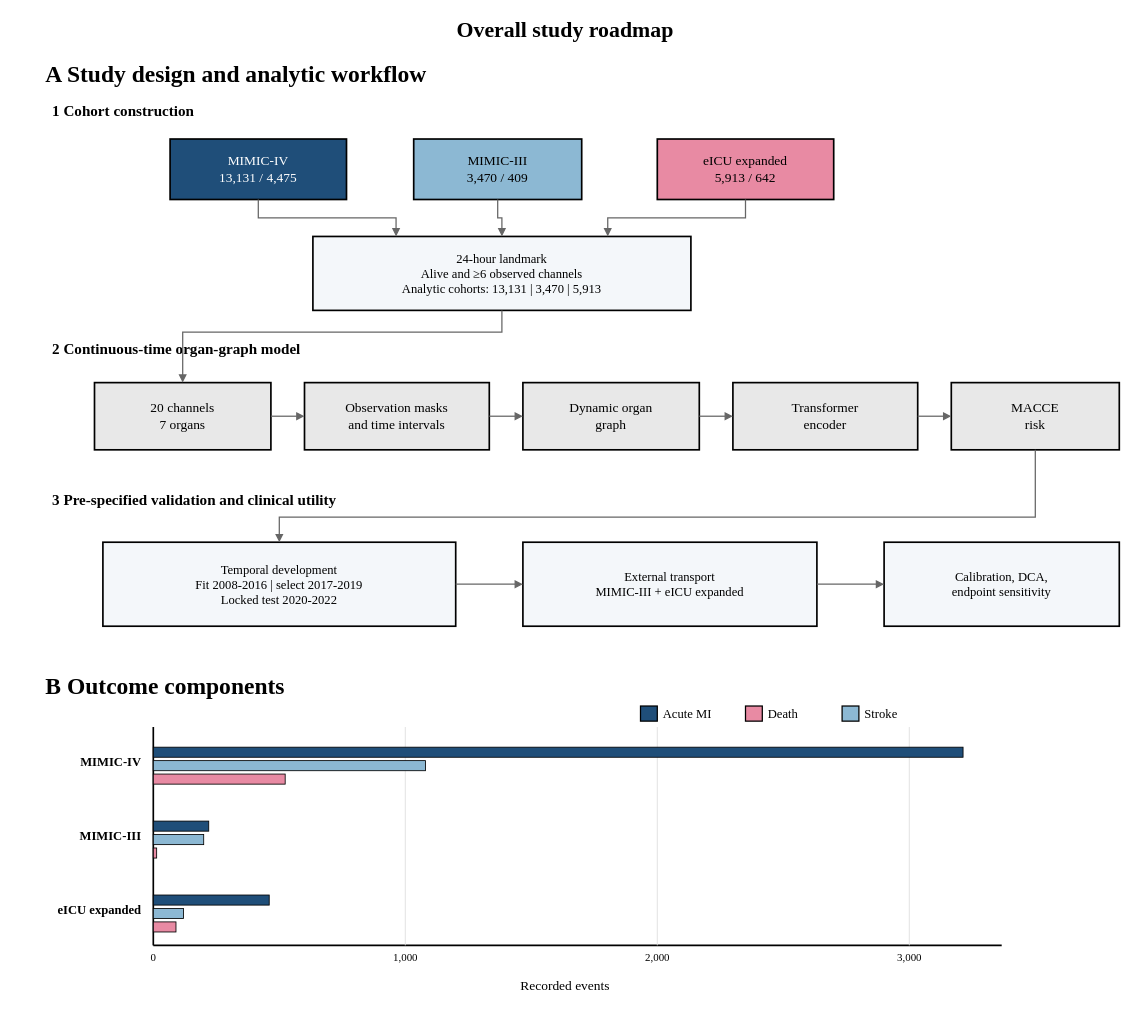
Earlier version of the draw.io diagram results/figures_r/figure1_overall_roadmap.drawio (wzp24k/acute-mi-dynamic-graph-disposition). Source tidied: cells renumbered, new cells numbered last; positions are measured from the earlier drawing's top-left corner, leaving out a move shared by most shapes. Both pictures are drawn from the tidied source at 84%, with x=0, y=0 at pixel (14, 14).
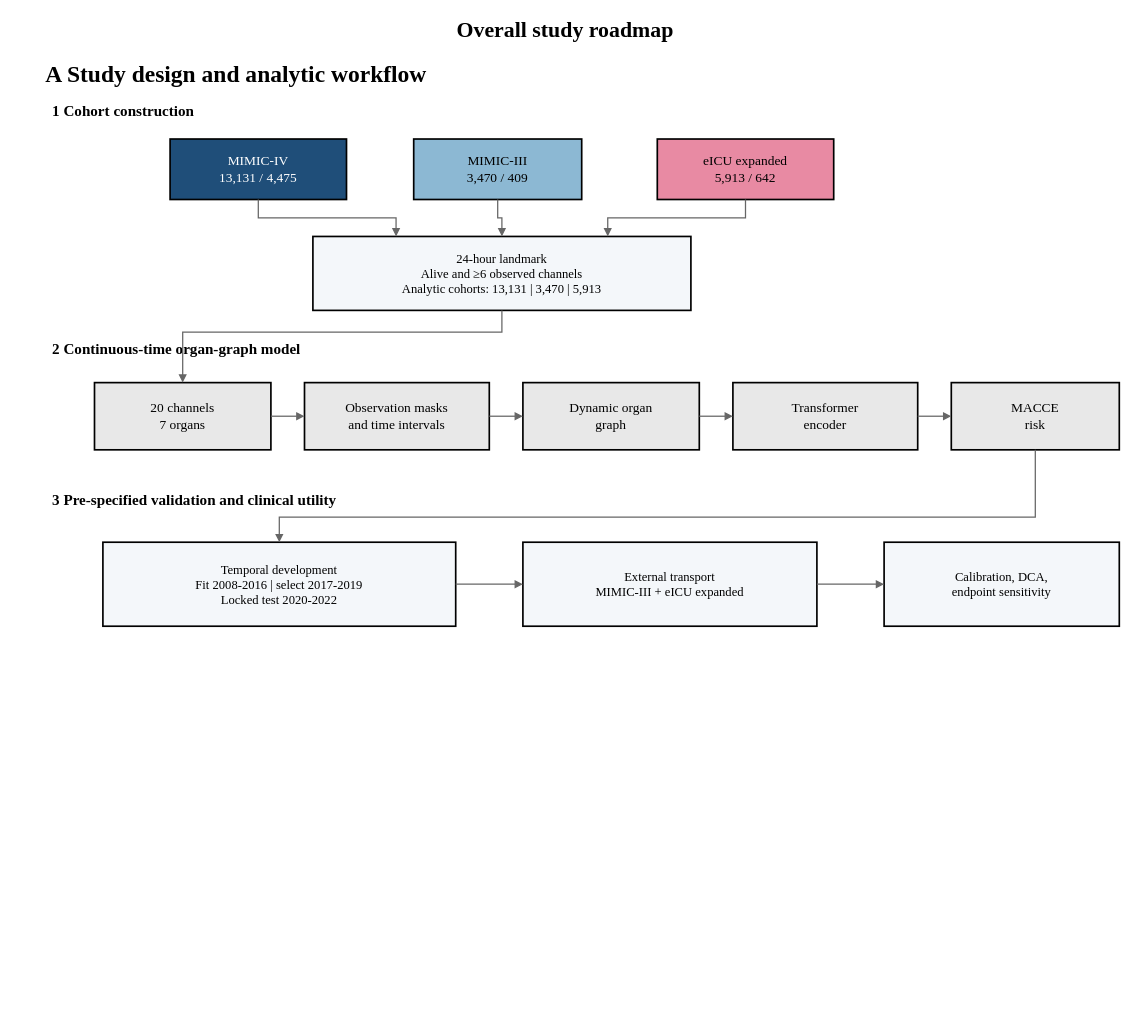
The same diagram, later.

Change to the diagram source:
```diff
@@
-    <mxCell id="30" value="B  Outcome components" style="text;html=1;strokeColor=none;fillColor=none;align=left;verticalAlign=middle;fontFamily=Times New Roman;fontSize=28;fontStyle=1;" parent="1" vertex="1">
-      <mxGeometry x="35" y="778" width="600" height="42" as="geometry" />
-    </mxCell>
-    <mxCell id="31" style="rounded=0;whiteSpace=wrap;html=1;fillColor=#1F4E79;strokeColor=#000000;strokeWidth=1.5;" parent="1" vertex="1">
-      <mxGeometry x="745" y="823" width="20" height="18" as="geometry" />
-    </mxCell>
-    <mxCell id="32" value="Acute MI" style="text;html=1;strokeColor=none;fillColor=none;align=left;verticalAlign=middle;fontFamily=Times New Roman;fontSize=15;" parent="1" vertex="1">
-      <mxGeometry x="770" y="818" width="80" height="28" as="geometry" />
-    </mxCell>
-    <mxCell id="33" style="rounded=0;whiteSpace=wrap;html=1;fillColor=#E88AA3;strokeColor=#000000;strokeWidth=1.5;" parent="1" vertex="1">
-      <mxGeometry x="870" y="823" width="20" height="18" as="geometry" />
-    </mxCell>
-    <mxCell id="34" value="Death" style="text;html=1;strokeColor=none;fillColor=none;align=left;verticalAlign=middle;fontFamily=Times New Roman;fontSize=15;" parent="1" vertex="1">
-      <mxGeometry x="895" y="818" width="70" height="28" as="geometry" />
-    </mxCell>
-    <mxCell id="35" style="rounded=0;whiteSpace=wrap;html=1;fillColor=#8CB8D3;strokeColor=#000000;strokeWidth=1.5;" parent="1" vertex="1">
-      <mxGeometry x="985" y="823" width="20" height="18" as="geometry" />
-    </mxCell>
-    <mxCell id="36" value="Stroke" style="text;html=1;strokeColor=none;fillColor=none;align=left;verticalAlign=middle;fontFamily=Times New Roman;fontSize=15;" parent="1" vertex="1">
-      <mxGeometry x="1010" y="818" width="80" height="28" as="geometry" />
-    </mxCell>
-    <mxCell id="37" style="endArrow=none;html=1;strokeColor=#000000;strokeWidth=2;" parent="1" edge="1">
-      <mxGeometry relative="1" as="geometry">
-        <mxPoint x="165" y="848" as="sourcePoint" />
-        <mxPoint x="165" y="1108" as="targetPoint" />
-      </mxGeometry>
-    </mxCell>
-    <mxCell id="38" style="endArrow=none;html=1;strokeColor=#000000;strokeWidth=2;" parent="1" edge="1">
-      <mxGeometry relative="1" as="geometry">
-        <mxPoint x="165" y="1108" as="sourcePoint" />
-        <mxPoint x="1175" y="1108" as="targetPoint" />
-      </mxGeometry>
-    </mxCell>
-    <mxCell id="39" style="endArrow=none;html=1;strokeColor=#DDDDDD;strokeWidth=1;dashed=0;" parent="1" edge="1">
-      <mxGeometry relative="1" as="geometry">
-        <mxPoint x="465" y="848" as="sourcePoint" />
-        <mxPoint x="465" y="1108" as="targetPoint" />
-      </mxGeometry>
-    </mxCell>
-    <mxCell id="40" style="endArrow=none;html=1;strokeColor=#DDDDDD;strokeWidth=1;" parent="1" edge="1">
-      <mxGeometry relative="1" as="geometry">
-        <mxPoint x="765" y="848" as="sourcePoint" />
-        <mxPoint x="765" y="1108" as="targetPoint" />
-      </mxGeometry>
-    </mxCell>
-    <mxCell id="41" style="endArrow=none;html=1;strokeColor=#DDDDDD;strokeWidth=1;" parent="1" edge="1">
-      <mxGeometry relative="1" as="geometry">
-        <mxPoint x="1065" y="848" as="sourcePoint" />
-        <mxPoint x="1065" y="1108" as="targetPoint" />
-      </mxGeometry>
-    </mxCell>
-    <mxCell id="42" value="0" style="text;html=1;strokeColor=none;fillColor=none;align=center;verticalAlign=middle;fontFamily=Times New Roman;fontSize=13;" parent="1" vertex="1">
-      <mxGeometry x="150" y="1110" width="30" height="24" as="geometry" />
-    </mxCell>
-    <mxCell id="43" value="1,000" style="text;html=1;strokeColor=none;fillColor=none;align=center;verticalAlign=middle;fontFamily=Times New Roman;fontSize=13;" parent="1" vertex="1">
-      <mxGeometry x="435" y="1110" width="60" height="24" as="geometry" />
-    </mxCell>
-    <mxCell id="44" value="2,000" style="text;html=1;strokeColor=none;fillColor=none;align=center;verticalAlign=middle;fontFamily=Times New Roman;fontSize=13;" parent="1" vertex="1">
-      <mxGeometry x="735" y="1110" width="60" height="24" as="geometry" />
-    </mxCell>
-    <mxCell id="45" value="3,000" style="text;html=1;strokeColor=none;fillColor=none;align=center;verticalAlign=middle;fontFamily=Times New Roman;fontSize=13;" parent="1" vertex="1">
-      <mxGeometry x="1035" y="1110" width="60" height="24" as="geometry" />
-    </mxCell>
-    <mxCell id="46" value="Recorded events" style="text;html=1;strokeColor=none;fillColor=none;align=center;verticalAlign=middle;fontFamily=Times New Roman;fontSize=16;" parent="1" vertex="1">
-      <mxGeometry x="525" y="1143" width="260" height="24" as="geometry" />
-    </mxCell>
-    <mxCell id="47" value="MIMIC-IV" style="text;html=1;strokeColor=none;fillColor=none;align=right;verticalAlign=middle;fontFamily=Times New Roman;fontSize=15;fontStyle=1;" parent="1" vertex="1">
-      <mxGeometry x="27" y="870" width="125" height="38" as="geometry" />
-    </mxCell>
-    <mxCell id="48" value="MIMIC-III" style="text;html=1;strokeColor=none;fillColor=none;align=right;verticalAlign=middle;fontFamily=Times New Roman;fontSize=15;fontStyle=1;" parent="1" vertex="1">
-      <mxGeometry x="27" y="958" width="125" height="38" as="geometry" />
-    </mxCell>
-    <mxCell id="49" value="eICU expanded" style="text;html=1;strokeColor=none;fillColor=none;align=right;verticalAlign=middle;fontFamily=Times New Roman;fontSize=15;fontStyle=1;" parent="1" vertex="1">
-      <mxGeometry y="1046" width="152" height="38" as="geometry" />
-    </mxCell>
-    <mxCell id="50" style="rounded=0;whiteSpace=wrap;html=1;fillColor=#1F4E79;strokeColor=#000000;strokeWidth=1;" parent="1" vertex="1">
-      <mxGeometry x="165" y="872" width="964" height="12" as="geometry" />
-    </mxCell>
-    <mxCell id="51" style="rounded=0;whiteSpace=wrap;html=1;fillColor=#8CB8D3;strokeColor=#000000;strokeWidth=1;" parent="1" vertex="1">
-      <mxGeometry x="165" y="888" width="324" height="12" as="geometry" />
-    </mxCell>
-    <mxCell id="52" style="rounded=0;whiteSpace=wrap;html=1;fillColor=#E88AA3;strokeColor=#000000;strokeWidth=1;" parent="1" vertex="1">
-      <mxGeometry x="165" y="904" width="157" height="12" as="geometry" />
-    </mxCell>
-    <mxCell id="53" style="rounded=0;whiteSpace=wrap;html=1;fillColor=#1F4E79;strokeColor=#000000;strokeWidth=1;" parent="1" vertex="1">
-      <mxGeometry x="165" y="960" width="66" height="12" as="geometry" />
-    </mxCell>
-    <mxCell id="54" style="rounded=0;whiteSpace=wrap;html=1;fillColor=#8CB8D3;strokeColor=#000000;strokeWidth=1;" parent="1" vertex="1">
-      <mxGeometry x="165" y="976" width="60" height="12" as="geometry" />
-    </mxCell>
-    <mxCell id="55" style="rounded=0;whiteSpace=wrap;html=1;fillColor=#E88AA3;strokeColor=#000000;strokeWidth=1;" parent="1" vertex="1">
-      <mxGeometry x="165" y="992" width="4" height="12" as="geometry" />
-    </mxCell>
-    <mxCell id="56" style="rounded=0;whiteSpace=wrap;html=1;fillColor=#1F4E79;strokeColor=#000000;strokeWidth=1;" parent="1" vertex="1">
-      <mxGeometry x="165" y="1048" width="138" height="12" as="geometry" />
-    </mxCell>
-    <mxCell id="57" style="rounded=0;whiteSpace=wrap;html=1;fillColor=#8CB8D3;strokeColor=#000000;strokeWidth=1;" parent="1" vertex="1">
-      <mxGeometry x="165" y="1064" width="36" height="12" as="geometry" />
-    </mxCell>
-    <mxCell id="58" style="rounded=0;whiteSpace=wrap;html=1;fillColor=#E88AA3;strokeColor=#000000;strokeWidth=1;" parent="1" vertex="1">
-      <mxGeometry x="165" y="1080" width="27" height="12" as="geometry" />
-    </mxCell>
```
